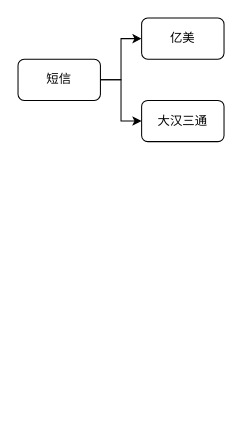
Earlier version of the draw.io diagram page "Page-2" (2 of 3) of logichth3.drawio (zhangjiongcn/drawio). Source tidied: cells renumbered, new cells numbered last; positions are measured from the earlier drawing's top-left corner, leaving out a move shared by most shapes. Both pictures are drawn from the tidied source at 103%, with x=0, y=0 at pixel (18, 18).
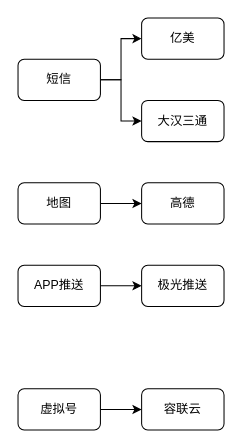
The same page after the edit.

The edit, as a diff of the source:
```diff
@@
 <mxGraphModel>
   <root>
     <mxCell id="0" />
     <mxCell id="1" parent="0" />
     <mxCell id="2" style="edgeStyle=orthogonalEdgeStyle;rounded=0;jettySize=auto;html=1;entryX=0;entryY=0.5;entryDx=0;entryDy=0;" parent="1" edge="1" source="4" target="5">
       <mxGeometry relative="1" as="geometry" />
     </mxCell>
     <mxCell id="3" style="edgeStyle=orthogonalEdgeStyle;rounded=0;jettySize=auto;html=1;entryX=0;entryY=0.5;entryDx=0;entryDy=0;" parent="1" edge="1" source="4" target="6">
       <mxGeometry relative="1" as="geometry" />
     </mxCell>
     <mxCell id="4" value="短信" style="rounded=1;whiteSpace=wrap;html=1;" parent="1" vertex="1">
       <mxGeometry y="40" width="80" height="40" as="geometry" />
     </mxCell>
     <mxCell id="5" value="亿美" style="rounded=1;whiteSpace=wrap;html=1;" parent="1" vertex="1">
       <mxGeometry x="120" width="80" height="40" as="geometry" />
     </mxCell>
     <mxCell id="6" value="大汉三通" style="rounded=1;whiteSpace=wrap;html=1;" parent="1" vertex="1">
       <mxGeometry x="120" y="80" width="80" height="40" as="geometry" />
     </mxCell>
+    <mxCell id="7" style="edgeStyle=orthogonalEdgeStyle;rounded=0;jettySize=auto;html=1;" parent="1" edge="1" source="8" target="9">
+      <mxGeometry relative="1" as="geometry" />
+    </mxCell>
+    <mxCell id="8" value="地图" style="rounded=1;whiteSpace=wrap;html=1;" parent="1" vertex="1">
+      <mxGeometry y="160" width="80" height="40" as="geometry" />
+    </mxCell>
+    <mxCell id="9" value="高德" style="rounded=1;whiteSpace=wrap;html=1;" parent="1" vertex="1">
+      <mxGeometry x="120" y="160" width="80" height="40" as="geometry" />
+    </mxCell>
+    <mxCell id="10" style="edgeStyle=orthogonalEdgeStyle;rounded=0;jettySize=auto;html=1;" parent="1" edge="1" source="11" target="12">
+      <mxGeometry relative="1" as="geometry" />
+    </mxCell>
+    <mxCell id="11" value="APP推送" style="rounded=1;whiteSpace=wrap;html=1;" parent="1" vertex="1">
+      <mxGeometry y="240" width="80" height="40" as="geometry" />
+    </mxCell>
+    <mxCell id="12" value="极光推送" style="rounded=1;whiteSpace=wrap;html=1;" parent="1" vertex="1">
+      <mxGeometry x="120" y="240" width="80" height="40" as="geometry" />
+    </mxCell>
+    <mxCell id="13" style="edgeStyle=orthogonalEdgeStyle;rounded=0;jettySize=auto;html=1;entryX=0;entryY=0.5;entryDx=0;entryDy=0;" parent="1" edge="1" source="14" target="15">
+      <mxGeometry relative="1" as="geometry" />
+    </mxCell>
+    <mxCell id="14" value="虚拟号" style="rounded=1;whiteSpace=wrap;html=1;" parent="1" vertex="1">
+      <mxGeometry y="360" width="80" height="40" as="geometry" />
+    </mxCell>
+    <mxCell id="15" value="容联云" style="rounded=1;whiteSpace=wrap;html=1;" parent="1" vertex="1">
+      <mxGeometry x="120" y="360" width="80" height="40" as="geometry" />
+    </mxCell>
   </root>
 </mxGraphModel>
```
